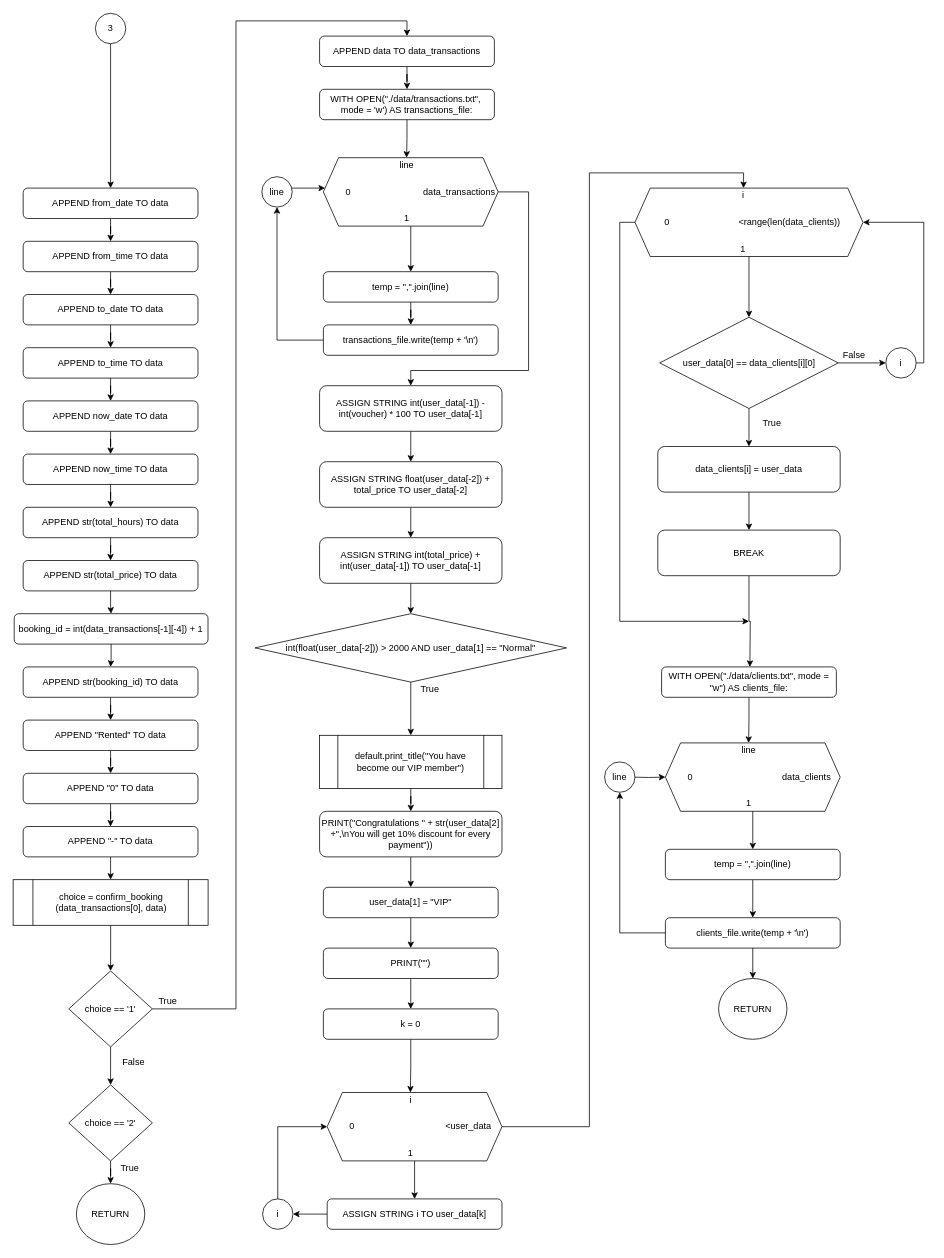
The draw.io diagram page "Page-4" (4 of 4) of Flowchart/clients/bookcar_menu.drawio in RabbitBear00/Car-Rental-System, before the edit. Source tidied: cells renumbered, new cells numbered last; positions are measured from the earlier drawing's top-left corner, leaving out a move shared by most shapes. Both pictures are drawn from the tidied source at 76%, with x=0, y=0 at pixel (13, 13).
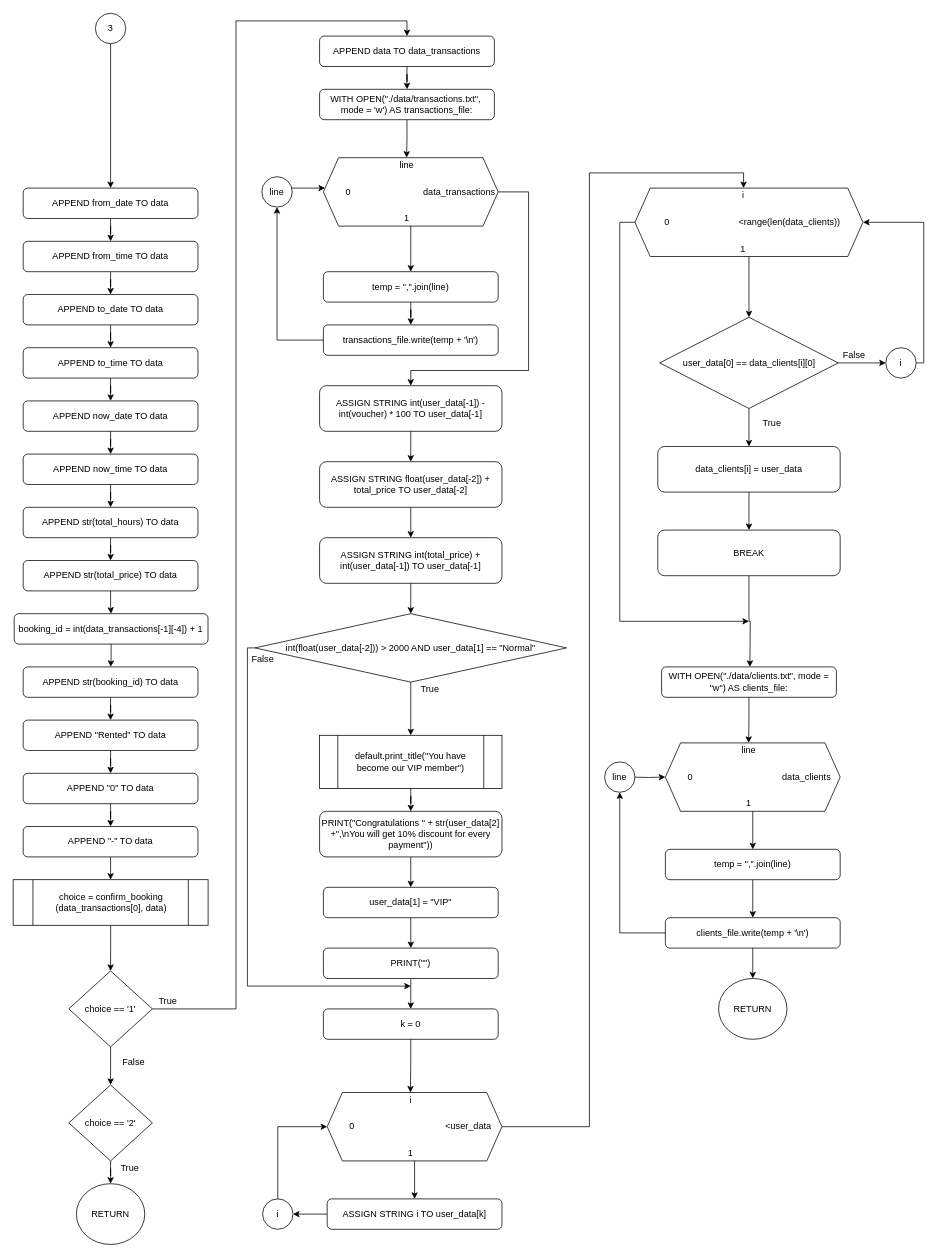
Above is the later version.

Unchanged cells that the change refers to:
```xml
<mxCell id="49" value="int(float(user_data[-2])) &amp;gt; 2000 AND user_data[1] == &quot;Normal&quot;" style="rhombus;whiteSpace=wrap;html=1;" parent="1" vertex="1">
  <mxGeometry x="318" y="790" width="410" height="90" as="geometry" />
</mxCell>
```

Diff of the diagram source:
```diff
@@
+    <mxCell id="126" style="edgeStyle=orthogonalEdgeStyle;rounded=0;jettySize=auto;html=1;exitX=0;exitY=0.5;exitDx=0;exitDy=0;" parent="1" edge="1" source="49">
+      <mxGeometry relative="1" as="geometry">
+        <mxPoint x="523" y="1280" as="targetPoint" />
+        <Array as="points">
+          <mxPoint x="308" y="835" />
+          <mxPoint x="308" y="1280" />
+        </Array>
+      </mxGeometry>
+    </mxCell>
@@
+    <mxCell id="127" value="False" style="text;html=1;align=center;verticalAlign=middle;strokeColor=none;" parent="1" vertex="1">
+      <mxGeometry x="308" y="840" width="40" height="20" as="geometry" />
+    </mxCell>
```
